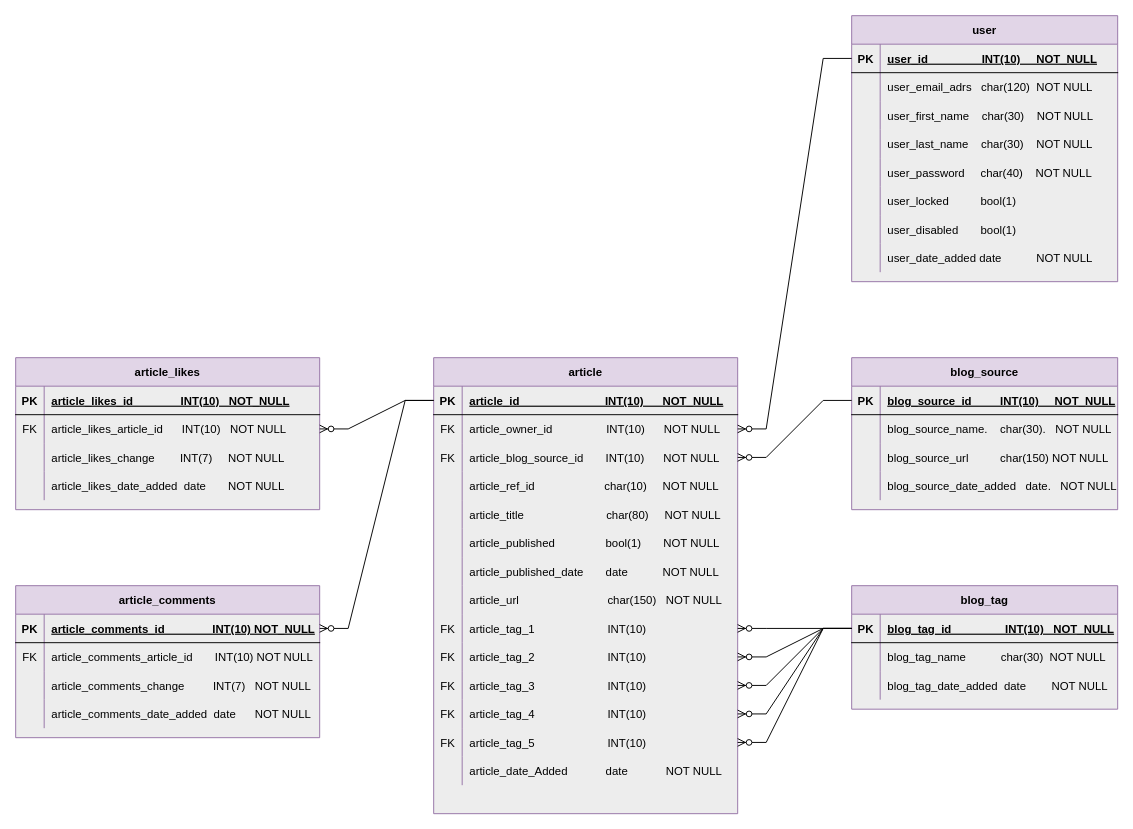
The draw.io diagram development_docs/003-db-design.drawio in York13Pud/python-project-dev-to-stats, before the edit. Source tidied: cells renumbered, new cells numbered last; positions are measured from the earlier drawing's top-left corner, leaving out a move shared by most shapes. Both pictures are drawn from the tidied source at 95%, with x=0, y=0 at pixel (15, 15).
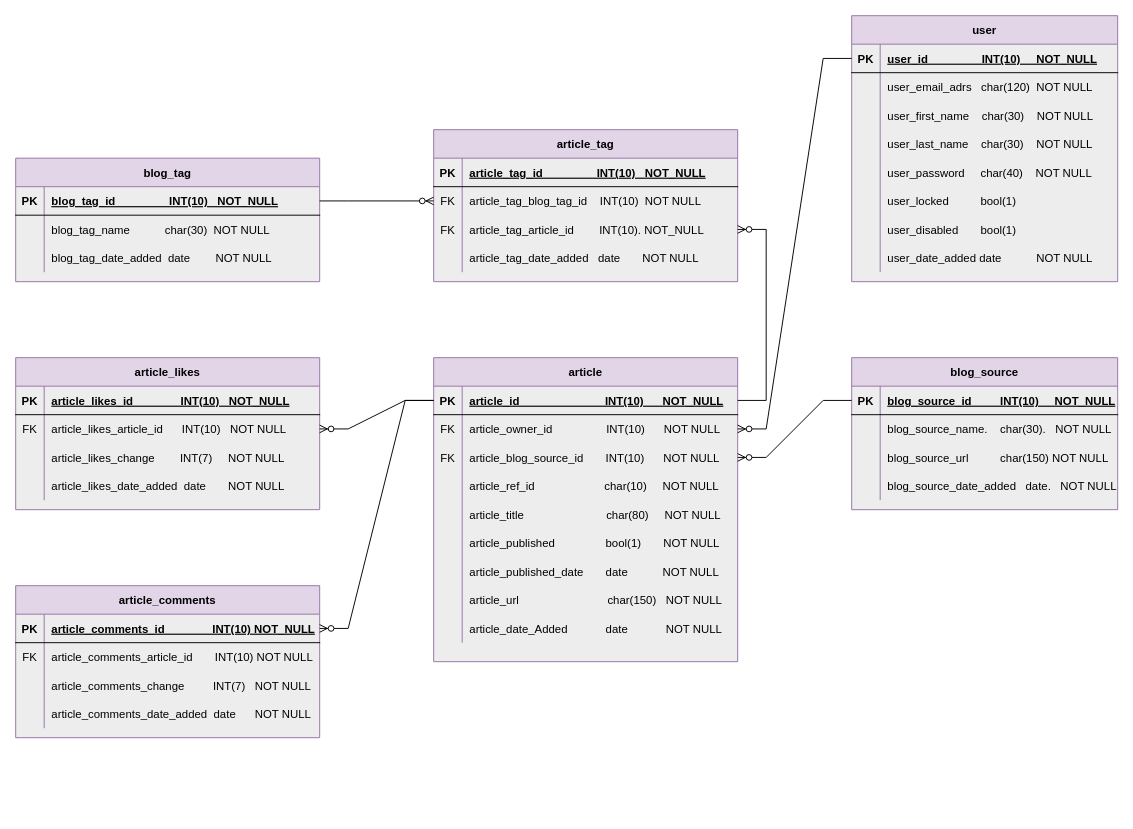
The same page after the edit.

Commit message:
Updated ERD to use a table for article to tags

Unchanged cells that the change refers to:
```xml
<mxCell id="28" style="shape=partialRectangle;fillColor=none;points=[[0,0.5],[1,0.5]];portConstraint=eastwest;top=0;left=0;right=0;bottom=1;" parent="27" vertex="1">
  <mxGeometry y="30" width="320" height="30" as="geometry" />
</mxCell>
```

Diff of the diagram source:
```diff
@@
     <mxCell id="27" value="article" style="shape=table;startSize=30;childLayout=tableLayout;rowLines=0;fontStyle=1;align=center;fillColor=#e1d5e7;strokeColor=#9673a6;swimlaneFillColor=#EDEDED;" parent="1" vertex="1">
-      <mxGeometry x="440" y="360" width="320" height="480" as="geometry" />
+      <mxGeometry x="440" y="360" width="320" height="320" as="geometry" />
     </mxCell>
@@
-    <mxCell id="52" style="shape=tableRow;horizontal=0;startSize=0;swimlaneHead=0;swimlaneBody=0;fillColor=none;points=[[0,0.5],[1,0.5]];portConstraint=eastwest;top=0;left=0;right=0;bottom=0;" parent="27" vertex="1">
-      <mxGeometry y="270" width="320" height="30" as="geometry" />
-    </mxCell>
-    <mxCell id="53" value="FK" style="shape=partialRectangle;fillColor=none;top=0;left=0;bottom=0;right=0;overflow=hidden;" parent="52" vertex="1">
-      <mxGeometry width="30" height="30" as="geometry" />
-    </mxCell>
-    <mxCell id="54" value="article_tag_1                       INT(10)" style="shape=partialRectangle;fillColor=none;top=0;left=0;bottom=0;right=0;align=left;spacingLeft=6;overflow=hidden;" parent="52" vertex="1">
-      <mxGeometry x="30" width="290" height="30" as="geometry" />
-    </mxCell>
-    <mxCell id="55" style="shape=tableRow;horizontal=0;startSize=0;swimlaneHead=0;swimlaneBody=0;fillColor=none;points=[[0,0.5],[1,0.5]];portConstraint=eastwest;top=0;left=0;right=0;bottom=0;" parent="27" vertex="1">
-      <mxGeometry y="300" width="320" height="30" as="geometry" />
-    </mxCell>
-    <mxCell id="56" value="FK" style="shape=partialRectangle;fillColor=none;top=0;left=0;bottom=0;right=0;overflow=hidden;" parent="55" vertex="1">
-      <mxGeometry width="30" height="30" as="geometry" />
-    </mxCell>
-    <mxCell id="57" value="article_tag_2                       INT(10)" style="shape=partialRectangle;fillColor=none;top=0;left=0;bottom=0;right=0;align=left;spacingLeft=6;overflow=hidden;" parent="55" vertex="1">
-      <mxGeometry x="30" width="290" height="30" as="geometry" />
-    </mxCell>
-    <mxCell id="58" style="shape=tableRow;horizontal=0;startSize=0;swimlaneHead=0;swimlaneBody=0;fillColor=none;points=[[0,0.5],[1,0.5]];portConstraint=eastwest;top=0;left=0;right=0;bottom=0;" parent="27" vertex="1">
-      <mxGeometry y="330" width="320" height="30" as="geometry" />
-    </mxCell>
-    <mxCell id="59" value="FK" style="shape=partialRectangle;fillColor=none;top=0;left=0;bottom=0;right=0;overflow=hidden;" parent="58" vertex="1">
-      <mxGeometry width="30" height="30" as="geometry" />
-    </mxCell>
-    <mxCell id="60" value="article_tag_3                       INT(10)" style="shape=partialRectangle;fillColor=none;top=0;left=0;bottom=0;right=0;align=left;spacingLeft=6;overflow=hidden;" parent="58" vertex="1">
-      <mxGeometry x="30" width="290" height="30" as="geometry" />
-    </mxCell>
-    <mxCell id="61" style="shape=tableRow;horizontal=0;startSize=0;swimlaneHead=0;swimlaneBody=0;fillColor=none;points=[[0,0.5],[1,0.5]];portConstraint=eastwest;top=0;left=0;right=0;bottom=0;" parent="27" vertex="1">
-      <mxGeometry y="360" width="320" height="30" as="geometry" />
-    </mxCell>
-    <mxCell id="62" value="FK" style="shape=partialRectangle;fillColor=none;top=0;left=0;bottom=0;right=0;overflow=hidden;" parent="61" vertex="1">
-      <mxGeometry width="30" height="30" as="geometry" />
-    </mxCell>
-    <mxCell id="63" value="article_tag_4                       INT(10)" style="shape=partialRectangle;fillColor=none;top=0;left=0;bottom=0;right=0;align=left;spacingLeft=6;overflow=hidden;" parent="61" vertex="1">
-      <mxGeometry x="30" width="290" height="30" as="geometry" />
-    </mxCell>
-    <mxCell id="64" style="shape=tableRow;horizontal=0;startSize=0;swimlaneHead=0;swimlaneBody=0;fillColor=none;points=[[0,0.5],[1,0.5]];portConstraint=eastwest;top=0;left=0;right=0;bottom=0;" parent="27" vertex="1">
-      <mxGeometry y="390" width="320" height="30" as="geometry" />
-    </mxCell>
-    <mxCell id="65" value="FK" style="shape=partialRectangle;fillColor=none;top=0;left=0;bottom=0;right=0;overflow=hidden;" parent="64" vertex="1">
-      <mxGeometry width="30" height="30" as="geometry" />
-    </mxCell>
-    <mxCell id="66" value="article_tag_5                       INT(10)" style="shape=partialRectangle;fillColor=none;top=0;left=0;bottom=0;right=0;align=left;spacingLeft=6;overflow=hidden;" parent="64" vertex="1">
-      <mxGeometry x="30" width="290" height="30" as="geometry" />
-    </mxCell>
     <mxCell id="67" style="shape=tableRow;horizontal=0;startSize=0;swimlaneHead=0;swimlaneBody=0;fillColor=none;top=0;left=0;right=0;bottom=0;" parent="27" vertex="1">
-      <mxGeometry y="420" width="320" height="30" as="geometry" />
+      <mxGeometry y="270" width="320" height="30" as="geometry" />
     </mxCell>
@@
     <mxCell id="83" value="blog_tag" style="shape=table;startSize=30;childLayout=tableLayout;rowLines=0;fontStyle=1;align=center;fillColor=#e1d5e7;strokeColor=#9673a6;swimlaneFillColor=#EDEDED;" parent="1" vertex="1">
-      <mxGeometry x="880" y="600" width="280" height="130" as="geometry" />
+      <mxGeometry y="150" width="320" height="130" as="geometry" />
     </mxCell>
     <mxCell id="84" style="shape=partialRectangle;fillColor=none;points=[[0,0.5],[1,0.5]];portConstraint=eastwest;top=0;left=0;right=0;bottom=1;" parent="83" vertex="1">
-      <mxGeometry y="30" width="280" height="30" as="geometry" />
+      <mxGeometry y="30" width="320" height="30" as="geometry" />
     </mxCell>
@@
     <mxCell id="86" value="blog_tag_id                 INT(10)   NOT_NULL" style="shape=partialRectangle;overflow=hidden;fillColor=none;top=0;left=0;bottom=0;right=0;align=left;spacingLeft=6;fontStyle=5;" parent="84" vertex="1">
-      <mxGeometry x="30" width="250" height="30" as="geometry" />
+      <mxGeometry x="30" width="290" height="30" as="geometry" />
     </mxCell>
     <mxCell id="87" style="shape=partialRectangle;fillColor=none;top=0;left=0;right=0;bottom=0;" parent="83" vertex="1">
-      <mxGeometry y="60" width="280" height="30" as="geometry" />
+      <mxGeometry y="60" width="320" height="30" as="geometry" />
     </mxCell>
@@
     <mxCell id="89" value="blog_tag_name           char(30)  NOT NULL" style="shape=partialRectangle;overflow=hidden;fillColor=none;top=0;left=0;bottom=0;right=0;align=left;spacingLeft=6;" parent="87" vertex="1">
-      <mxGeometry x="30" width="250" height="30" as="geometry" />
+      <mxGeometry x="30" width="290" height="30" as="geometry" />
     </mxCell>
     <mxCell id="90" style="shape=tableRow;horizontal=0;startSize=0;swimlaneHead=0;swimlaneBody=0;fillColor=none;top=0;left=0;right=0;bottom=0;" parent="83" vertex="1">
-      <mxGeometry y="90" width="280" height="30" as="geometry" />
+      <mxGeometry y="90" width="320" height="30" as="geometry" />
     </mxCell>
@@
     <mxCell id="92" value="blog_tag_date_added  date        NOT NULL" style="shape=partialRectangle;fillColor=none;top=0;left=0;bottom=0;right=0;align=left;spacingLeft=6;overflow=hidden;" parent="90" vertex="1">
-      <mxGeometry x="30" width="250" height="30" as="geometry" />
+      <mxGeometry x="30" width="290" height="30" as="geometry" />
     </mxCell>
-    <mxCell id="93" style="edgeStyle=entityRelationEdgeStyle;fontSize=12;html=1;endArrow=ERzeroToMany;endFill=1;rounded=0;exitX=0;exitY=0.5;exitDx=0;exitDy=0;entryX=1;entryY=0.5;entryDx=0;entryDy=0;" parent="1" edge="1" source="84" target="52">
-      <mxGeometry relative="1" as="geometry" />
-    </mxCell>
-    <mxCell id="94" style="edgeStyle=entityRelationEdgeStyle;fontSize=12;html=1;endArrow=ERzeroToMany;endFill=1;rounded=0;exitX=0;exitY=0.5;exitDx=0;exitDy=0;entryX=1;entryY=0.5;entryDx=0;entryDy=0;" parent="1" edge="1" source="84" target="55">
-      <mxGeometry relative="1" as="geometry" />
-    </mxCell>
-    <mxCell id="95" style="edgeStyle=entityRelationEdgeStyle;fontSize=12;html=1;endArrow=ERzeroToMany;endFill=1;rounded=0;exitX=0;exitY=0.5;exitDx=0;exitDy=0;entryX=1;entryY=0.5;entryDx=0;entryDy=0;" parent="1" edge="1" source="84" target="58">
-      <mxGeometry relative="1" as="geometry" />
-    </mxCell>
-    <mxCell id="96" style="edgeStyle=entityRelationEdgeStyle;fontSize=12;html=1;endArrow=ERzeroToMany;endFill=1;rounded=0;exitX=0;exitY=0.5;exitDx=0;exitDy=0;entryX=1;entryY=0.5;entryDx=0;entryDy=0;" parent="1" edge="1" source="84" target="61">
-      <mxGeometry relative="1" as="geometry" />
-    </mxCell>
-    <mxCell id="97" style="edgeStyle=entityRelationEdgeStyle;fontSize=12;html=1;endArrow=ERzeroToMany;endFill=1;rounded=0;exitX=0;exitY=0.5;exitDx=0;exitDy=0;entryX=1;entryY=0.5;entryDx=0;entryDy=0;" parent="1" edge="1" source="84" target="64">
-      <mxGeometry relative="1" as="geometry" />
-    </mxCell>
@@
+    <mxCell id="128" value="article_tag" style="shape=table;startSize=30;childLayout=tableLayout;rowLines=0;fontStyle=1;align=center;fillColor=#e1d5e7;strokeColor=#9673a6;swimlaneFillColor=#EDEDED;" parent="1" vertex="1">
+      <mxGeometry x="440" y="120" width="320" height="160" as="geometry" />
+    </mxCell>
+    <mxCell id="129" style="shape=partialRectangle;fillColor=none;top=0;left=0;right=0;bottom=1;" parent="128" vertex="1">
+      <mxGeometry y="30" width="320" height="30" as="geometry" />
+    </mxCell>
+    <mxCell id="130" value="PK" style="shape=partialRectangle;overflow=hidden;fillColor=none;top=0;left=0;bottom=0;right=0;fontStyle=1;" parent="129" vertex="1">
+      <mxGeometry width="30" height="30" as="geometry" />
+    </mxCell>
+    <mxCell id="131" value="article_tag_id                 INT(10)   NOT_NULL" style="shape=partialRectangle;overflow=hidden;fillColor=none;top=0;left=0;bottom=0;right=0;align=left;spacingLeft=6;fontStyle=5;" parent="129" vertex="1">
+      <mxGeometry x="30" width="290" height="30" as="geometry" />
+    </mxCell>
+    <mxCell id="132" style="shape=partialRectangle;fillColor=none;points=[[0,0.5],[1,0.5]];portConstraint=eastwest;top=0;left=0;right=0;bottom=0;" parent="128" vertex="1">
+      <mxGeometry y="60" width="320" height="30" as="geometry" />
+    </mxCell>
+    <mxCell id="133" value="FK" style="shape=partialRectangle;overflow=hidden;fillColor=none;top=0;left=0;bottom=0;right=0;" parent="132" vertex="1">
+      <mxGeometry width="30" height="30" as="geometry" />
+    </mxCell>
+    <mxCell id="134" value="article_tag_blog_tag_id    INT(10)  NOT NULL" style="shape=partialRectangle;overflow=hidden;fillColor=none;top=0;left=0;bottom=0;right=0;align=left;spacingLeft=6;" parent="132" vertex="1">
+      <mxGeometry x="30" width="290" height="30" as="geometry" />
+    </mxCell>
+    <mxCell id="135" style="shape=tableRow;horizontal=0;startSize=0;swimlaneHead=0;swimlaneBody=0;fillColor=none;points=[[0,0.5],[1,0.5]];portConstraint=eastwest;top=0;left=0;right=0;bottom=0;" parent="128" vertex="1">
+      <mxGeometry y="90" width="320" height="30" as="geometry" />
+    </mxCell>
+    <mxCell id="136" value="FK" style="shape=partialRectangle;fillColor=none;top=0;left=0;bottom=0;right=0;fontStyle=0;overflow=hidden;" parent="135" vertex="1">
+      <mxGeometry width="30" height="30" as="geometry" />
+    </mxCell>
+    <mxCell id="137" value="article_tag_article_id        INT(10). NOT_NULL" style="shape=partialRectangle;fillColor=none;top=0;left=0;bottom=0;right=0;align=left;spacingLeft=6;fontStyle=0;overflow=hidden;" parent="135" vertex="1">
+      <mxGeometry x="30" width="290" height="30" as="geometry" />
+    </mxCell>
+    <mxCell id="138" style="shape=tableRow;horizontal=0;startSize=0;swimlaneHead=0;swimlaneBody=0;fillColor=none;top=0;left=0;right=0;bottom=0;" parent="128" vertex="1">
+      <mxGeometry y="120" width="320" height="30" as="geometry" />
+    </mxCell>
+    <mxCell id="139" style="shape=partialRectangle;fillColor=none;top=0;left=0;bottom=0;right=0;overflow=hidden;" parent="138" vertex="1">
+      <mxGeometry width="30" height="30" as="geometry" />
+    </mxCell>
+    <mxCell id="140" value="article_tag_date_added   date       NOT NULL" style="shape=partialRectangle;fillColor=none;top=0;left=0;bottom=0;right=0;align=left;spacingLeft=6;overflow=hidden;" parent="138" vertex="1">
+      <mxGeometry x="30" width="290" height="30" as="geometry" />
+    </mxCell>
+    <mxCell id="141" style="edgeStyle=entityRelationEdgeStyle;fontSize=12;html=1;endArrow=ERzeroToMany;endFill=1;rounded=0;exitX=1;exitY=0.5;exitDx=0;exitDy=0;entryX=1;entryY=0.5;entryDx=0;entryDy=0;" parent="1" edge="1" source="28" target="135">
+      <mxGeometry relative="1" as="geometry" />
+    </mxCell>
+    <mxCell id="142" style="edgeStyle=entityRelationEdgeStyle;fontSize=12;html=1;endArrow=ERzeroToMany;endFill=1;rounded=0;exitX=1;exitY=0.5;exitDx=0;exitDy=0;entryX=0;entryY=0.5;entryDx=0;entryDy=0;" parent="1" edge="1" source="84" target="132">
+      <mxGeometry relative="1" as="geometry" />
+    </mxCell>
```
